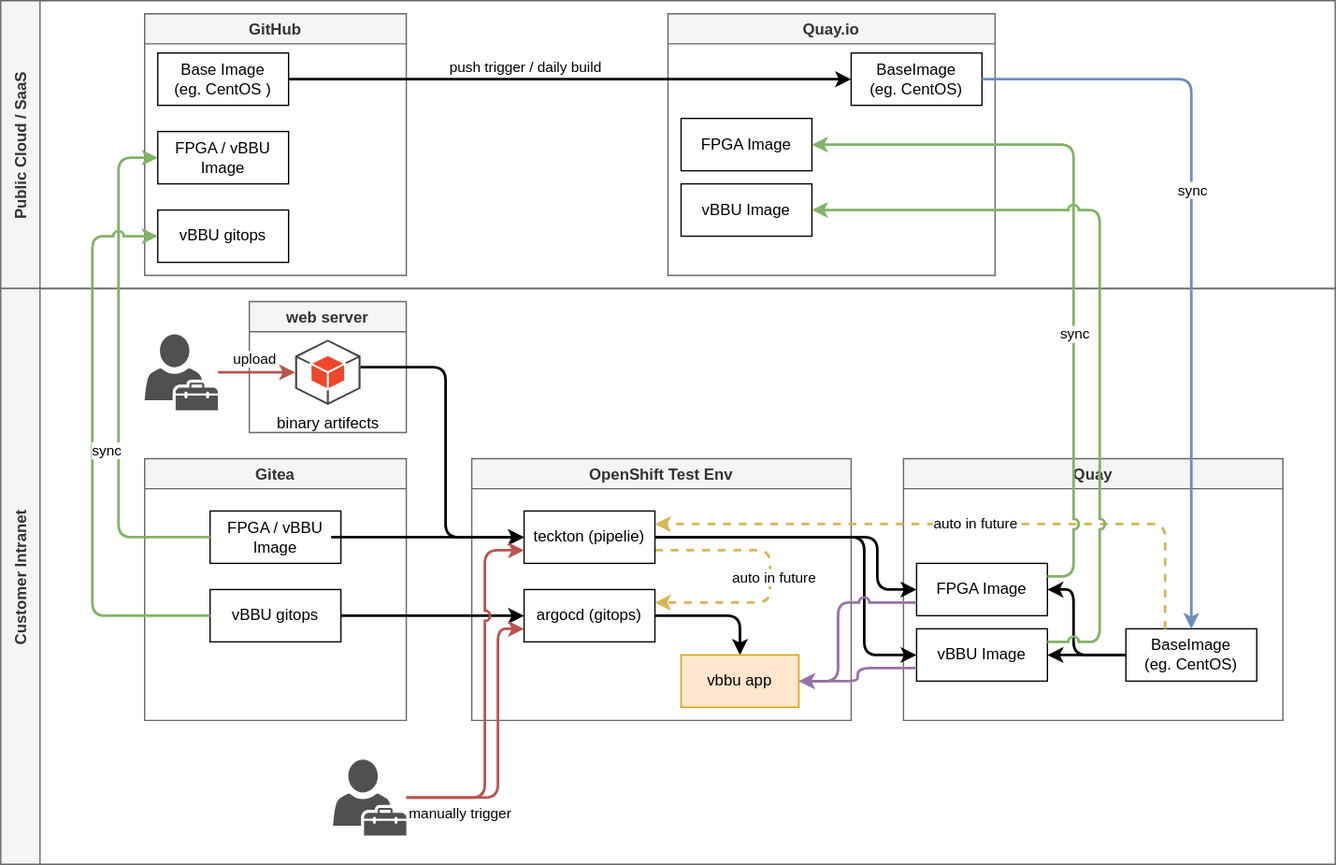
Above: redhat/ocp4/4.9/dia/4.9.ci.cd.design.drawio.svg in wangzheng422/docker_env (draw.io), before the change. Source tidied: cells renumbered, new cells last; positions are measured from the earlier drawing's top-left corner, leaving out a move shared by most shapes.
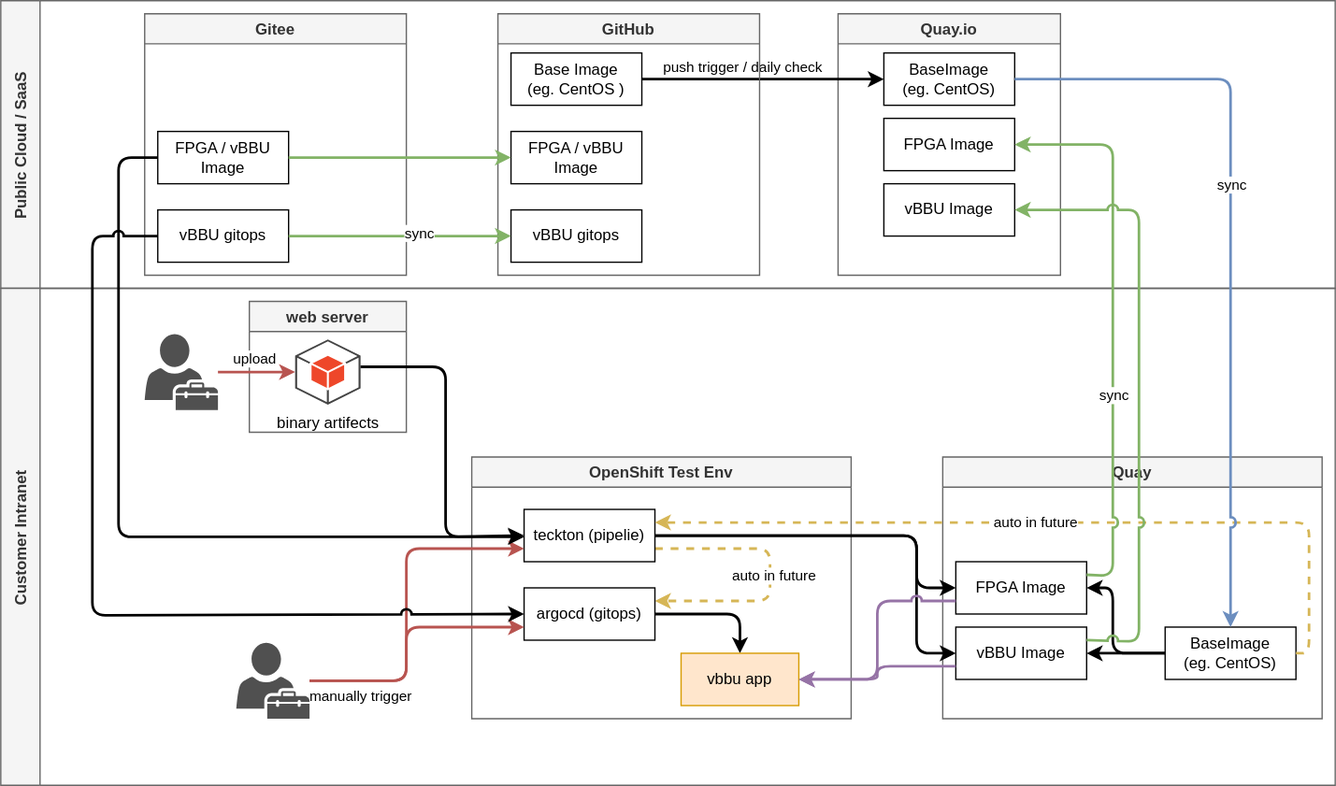
After the change.

Diff of the diagram source:
```diff
@@ -5,12 +5,9 @@
     <mxCell id="2" value="Public Cloud / SaaS" style="swimlane;horizontal=0;startSize=30;fillColor=#f5f5f5;fontColor=#333333;strokeColor=#666666;" parent="1" vertex="1">
       <mxGeometry width="1020" height="220" as="geometry" />
     </mxCell>
-    <mxCell id="3" value="GitHub" style="swimlane;fillColor=#f5f5f5;fontColor=#333333;strokeColor=#666666;" parent="2" vertex="1">
+    <mxCell id="3" value="Gitee" style="swimlane;fillColor=#f5f5f5;fontColor=#333333;strokeColor=#666666;" parent="2" vertex="1">
       <mxGeometry x="110" y="10" width="200" height="200" as="geometry" />
     </mxCell>
-    <mxCell id="4" value="Base Image &lt;br&gt;(eg. CentOS )" style="rounded=0;whiteSpace=wrap;html=1;" parent="3" vertex="1">
-      <mxGeometry x="10" y="30" width="100" height="40" as="geometry" />
-    </mxCell>
     <mxCell id="5" value="FPGA / vBBU Image" style="rounded=0;whiteSpace=wrap;html=1;" parent="3" vertex="1">
       <mxGeometry x="10" y="90" width="100" height="40" as="geometry" />
     </mxCell>
@@ -18,39 +15,64 @@
       <mxGeometry x="10" y="150" width="100" height="40" as="geometry" />
     </mxCell>
     <mxCell id="7" value="Quay.io" style="swimlane;fillColor=#f5f5f5;fontColor=#333333;strokeColor=#666666;" parent="2" vertex="1">
-      <mxGeometry x="510" y="10" width="250" height="200" as="geometry" />
+      <mxGeometry x="640" y="10" width="170" height="200" as="geometry" />
     </mxCell>
     <mxCell id="8" value="BaseImage &lt;br&gt;(eg. CentOS)" style="rounded=0;whiteSpace=wrap;html=1;" parent="7" vertex="1">
-      <mxGeometry x="140" y="30" width="100" height="40" as="geometry" />
+      <mxGeometry x="35" y="30" width="100" height="40" as="geometry" />
     </mxCell>
     <mxCell id="9" value="FPGA Image" style="rounded=0;whiteSpace=wrap;html=1;" parent="7" vertex="1">
-      <mxGeometry x="10" y="80" width="100" height="40" as="geometry" />
+      <mxGeometry x="35" y="80" width="100" height="40" as="geometry" />
     </mxCell>
     <mxCell id="10" value="vBBU Image" style="rounded=0;whiteSpace=wrap;html=1;" parent="7" vertex="1">
-      <mxGeometry x="10" y="130" width="100" height="40" as="geometry" />
+      <mxGeometry x="35" y="130" width="100" height="40" as="geometry" />
     </mxCell>
-    <mxCell id="11" style="edgeStyle=orthogonalEdgeStyle;rounded=1;jumpStyle=arc;html=1;entryX=0;entryY=0.5;entryDx=0;entryDy=0;strokeWidth=2;" parent="2" edge="1" source="4" target="8">
+    <mxCell id="11" style="edgeStyle=orthogonalEdgeStyle;rounded=1;jumpStyle=arc;html=1;entryX=0;entryY=0.5;entryDx=0;entryDy=0;strokeWidth=2;exitX=1;exitY=0.5;exitDx=0;exitDy=0;" parent="2" edge="1" source="4" target="8">
       <mxGeometry relative="1" as="geometry" />
     </mxCell>
-    <mxCell id="12" value="push trigger / daily&amp;nbsp;build" style="edgeLabel;html=1;align=center;verticalAlign=middle;" parent="11" vertex="1">
+    <mxCell id="12" value="push trigger / daily&amp;nbsp;check" style="edgeLabel;html=1;align=center;verticalAlign=middle;" parent="11" vertex="1">
       <mxGeometry x="-0.15" relative="1" as="geometry">
         <mxPoint x="-2" y="-10" as="offset" />
       </mxGeometry>
     </mxCell>
-    <mxCell id="13" value="Customer Intranet" style="swimlane;horizontal=0;startSize=30;fillColor=#f5f5f5;fontColor=#333333;strokeColor=#666666;" parent="1" vertex="1">
-      <mxGeometry y="220" width="1020" height="440" as="geometry" />
-    </mxCell>
-    <mxCell id="14" value="Gitea" style="swimlane;fillColor=#f5f5f5;fontColor=#333333;strokeColor=#666666;" parent="13" vertex="1">
-      <mxGeometry x="110" y="130" width="200" height="200" as="geometry" />
-    </mxCell>
+    <mxCell id="55" value="GitHub" style="swimlane;fillColor=#f5f5f5;fontColor=#333333;strokeColor=#666666;" parent="2" vertex="1">
+      <mxGeometry x="380" y="10" width="200" height="200" as="geometry" />
+    </mxCell>
+    <mxCell id="4" value="Base Image &lt;br&gt;(eg. CentOS )" style="rounded=0;whiteSpace=wrap;html=1;" parent="55" vertex="1">
+      <mxGeometry x="10" y="30" width="100" height="40" as="geometry" />
+    </mxCell>
-    <mxCell id="15" value="FPGA / vBBU Image" style="rounded=0;whiteSpace=wrap;html=1;" parent="14" vertex="1">
-      <mxGeometry x="50" y="40" width="100" height="40" as="geometry" />
+    <mxCell id="15" value="FPGA / vBBU Image" style="rounded=0;whiteSpace=wrap;html=1;" parent="55" vertex="1">
+      <mxGeometry x="10" y="90" width="100" height="40" as="geometry" />
     </mxCell>
-    <mxCell id="16" value="vBBU gitops" style="rounded=0;whiteSpace=wrap;html=1;" parent="14" vertex="1">
-      <mxGeometry x="50" y="100" width="100" height="40" as="geometry" />
+    <mxCell id="16" value="vBBU gitops" style="rounded=0;whiteSpace=wrap;html=1;" parent="55" vertex="1">
+      <mxGeometry x="10" y="150" width="100" height="40" as="geometry" />
     </mxCell>
+    <mxCell id="52" style="edgeStyle=orthogonalEdgeStyle;rounded=1;jumpStyle=arc;html=1;entryX=0;entryY=0.5;entryDx=0;entryDy=0;fillColor=#d5e8d4;strokeColor=#82b366;strokeWidth=2;" parent="2" edge="1" target="15">
+      <mxGeometry relative="1" as="geometry">
+        <mxPoint x="220" y="120" as="sourcePoint" />
+        <Array as="points">
+          <mxPoint x="250" y="120" />
+          <mxPoint x="250" y="120" />
+        </Array>
+      </mxGeometry>
+    </mxCell>
+    <mxCell id="53" style="edgeStyle=orthogonalEdgeStyle;html=1;entryX=0;entryY=0.5;entryDx=0;entryDy=0;strokeWidth=2;fillColor=#d5e8d4;strokeColor=#82b366;jumpStyle=arc;exitX=1;exitY=0.5;exitDx=0;exitDy=0;" parent="2" edge="1" source="6" target="16">
+      <mxGeometry relative="1" as="geometry">
+        <Array as="points">
+          <mxPoint x="290" y="180" />
+          <mxPoint x="290" y="180" />
+        </Array>
+      </mxGeometry>
+    </mxCell>
+    <mxCell id="54" value="sync" style="edgeLabel;html=1;align=center;verticalAlign=middle;" parent="53" vertex="1">
+      <mxGeometry x="0.01" y="3" relative="1" as="geometry">
+        <mxPoint x="13" as="offset" />
+      </mxGeometry>
+    </mxCell>
+    <mxCell id="13" value="Customer Intranet" style="swimlane;horizontal=0;startSize=30;fillColor=#f5f5f5;fontColor=#333333;strokeColor=#666666;" parent="1" vertex="1">
+      <mxGeometry y="220" width="1020" height="380" as="geometry" />
+    </mxCell>
     <mxCell id="17" value="Quay" style="swimlane;fillColor=#f5f5f5;fontColor=#333333;strokeColor=#666666;" parent="13" vertex="1">
-      <mxGeometry x="690" y="130" width="290" height="200" as="geometry" />
+      <mxGeometry x="720" y="129" width="290" height="200" as="geometry" />
     </mxCell>
     <mxCell id="18" style="edgeStyle=orthogonalEdgeStyle;rounded=1;jumpStyle=arc;html=1;entryX=1;entryY=0.5;entryDx=0;entryDy=0;strokeWidth=2;" parent="17" edge="1" source="20" target="22">
       <mxGeometry relative="1" as="geometry">
@@ -73,7 +95,7 @@
       <mxGeometry x="10" y="80" width="100" height="40" as="geometry" />
     </mxCell>
     <mxCell id="23" value="OpenShift Test Env" style="swimlane;fillColor=#f5f5f5;fontColor=#333333;strokeColor=#666666;" parent="13" vertex="1">
-      <mxGeometry x="360" y="130" width="290" height="200" as="geometry" />
+      <mxGeometry x="360" y="129" width="290" height="200" as="geometry" />
     </mxCell>
     <mxCell id="24" style="edgeStyle=orthogonalEdgeStyle;rounded=1;jumpStyle=arc;html=1;entryX=1;entryY=0.25;entryDx=0;entryDy=0;dashed=1;strokeWidth=2;fillColor=#fff2cc;strokeColor=#d6b656;" parent="23" edge="1" source="26" target="28">
       <mxGeometry relative="1" as="geometry">
@@ -100,40 +122,37 @@
     <mxCell id="29" value="vbbu app" style="rounded=0;whiteSpace=wrap;html=1;fillColor=#ffe6cc;strokeColor=#d79b00;" parent="23" vertex="1">
       <mxGeometry x="160" y="150" width="90" height="40" as="geometry" />
     </mxCell>
-    <mxCell id="30" style="html=1;anchorPointDirection=1;edgeStyle=orthogonalEdgeStyle;rounded=1;jumpStyle=arc;exitX=1;exitY=0.5;exitDx=0;exitDy=0;strokeWidth=2;" parent="13" edge="1" source="15" target="26">
-      <mxGeometry relative="1" as="geometry">
-        <Array as="points">
-          <mxPoint x="250" y="190" />
-          <mxPoint x="250" y="190" />
-        </Array>
-      </mxGeometry>
-    </mxCell>
     <mxCell id="31" style="edgeStyle=orthogonalEdgeStyle;rounded=1;jumpStyle=arc;html=1;entryX=0;entryY=0.5;entryDx=0;entryDy=0;strokeWidth=2;" parent="13" edge="1" source="26" target="22">
       <mxGeometry relative="1" as="geometry">
         <Array as="points">
-          <mxPoint x="670" y="190" />
-          <mxPoint x="670" y="230" />
+          <mxPoint x="700" y="189" />
+          <mxPoint x="700" y="229" />
         </Array>
       </mxGeometry>
     </mxCell>
     <mxCell id="32" style="edgeStyle=orthogonalEdgeStyle;rounded=1;jumpStyle=arc;html=1;entryX=0;entryY=0.5;entryDx=0;entryDy=0;strokeWidth=2;" parent="13" edge="1" source="26" target="21">
       <mxGeometry relative="1" as="geometry">
         <Array as="points">
-          <mxPoint x="660" y="190" />
-          <mxPoint x="660" y="280" />
+          <mxPoint x="700" y="189" />
+          <mxPoint x="700" y="279" />
         </Array>
       </mxGeometry>
     </mxCell>
     <mxCell id="33" style="edgeStyle=orthogonalEdgeStyle;rounded=1;jumpStyle=arc;html=1;exitX=0;exitY=0.75;exitDx=0;exitDy=0;entryX=1;entryY=0.5;entryDx=0;entryDy=0;fillColor=#e1d5e7;strokeColor=#9673a6;strokeWidth=2;" parent="13" edge="1" source="22" target="29">
       <mxGeometry relative="1" as="geometry">
         <Array as="points">
-          <mxPoint x="640" y="240" />
-          <mxPoint x="640" y="300" />
+          <mxPoint x="670" y="239" />
+          <mxPoint x="670" y="299" />
         </Array>
       </mxGeometry>
     </mxCell>
     <mxCell id="34" style="edgeStyle=orthogonalEdgeStyle;rounded=1;jumpStyle=arc;html=1;entryX=1;entryY=0.5;entryDx=0;entryDy=0;exitX=0;exitY=0.75;exitDx=0;exitDy=0;fillColor=#e1d5e7;strokeColor=#9673a6;strokeWidth=2;" parent="13" edge="1" source="21" target="29">
-      <mxGeometry relative="1" as="geometry" />
+      <mxGeometry relative="1" as="geometry">
+        <Array as="points">
+          <mxPoint x="670" y="289" />
+          <mxPoint x="670" y="299" />
+        </Array>
+      </mxGeometry>
     </mxCell>
     <mxCell id="35" value="web server" style="swimlane;fillColor=#f5f5f5;fontColor=#333333;strokeColor=#666666;" parent="13" vertex="1">
       <mxGeometry x="190" y="10" width="120" height="100" as="geometry" />
@@ -155,27 +174,19 @@
     <mxCell id="39" value="upload" style="edgeStyle=none;html=1;entryX=0;entryY=0.5;entryDx=0;entryDy=0;entryPerimeter=0;strokeWidth=2;fillColor=#f8cecc;strokeColor=#b85450;" parent="13" edge="1" source="38" target="36">
       <mxGeometry x="-0.06" y="10" relative="1" as="geometry" />
     </mxCell>
-    <mxCell id="40" style="edgeStyle=orthogonalEdgeStyle;rounded=1;jumpStyle=arc;html=1;entryX=0;entryY=0.5;entryDx=0;entryDy=0;strokeWidth=2;" parent="13" edge="1" source="16" target="28">
-      <mxGeometry x="-0.55" y="-10" relative="1" as="geometry">
-        <Array as="points">
-          <mxPoint x="280" y="250" />
-          <mxPoint x="280" y="250" />
-        </Array>
-      </mxGeometry>
-    </mxCell>
     <mxCell id="41" style="edgeStyle=orthogonalEdgeStyle;html=1;entryX=0;entryY=0.75;entryDx=0;entryDy=0;jumpStyle=arc;fillColor=#f8cecc;strokeColor=#b85450;strokeWidth=2;" parent="13" edge="1" source="44" target="26">
       <mxGeometry relative="1" as="geometry">
         <Array as="points">
-          <mxPoint x="370" y="389" />
-          <mxPoint x="370" y="200" />
+          <mxPoint x="310" y="300" />
+          <mxPoint x="310" y="199" />
         </Array>
       </mxGeometry>
     </mxCell>
     <mxCell id="42" style="edgeStyle=orthogonalEdgeStyle;jumpStyle=arc;html=1;entryX=0;entryY=0.75;entryDx=0;entryDy=0;fillColor=#f8cecc;strokeColor=#b85450;strokeWidth=2;" parent="13" edge="1" source="44" target="28">
       <mxGeometry relative="1" as="geometry">
         <Array as="points">
-          <mxPoint x="380" y="389" />
-          <mxPoint x="380" y="260" />
+          <mxPoint x="310" y="300" />
+          <mxPoint x="310" y="259" />
         </Array>
       </mxGeometry>
     </mxCell>
@@ -185,23 +196,27 @@
       </mxGeometry>
     </mxCell>
     <mxCell id="44" style="sketch=0;shadow=0;dashed=0;html=1;strokeColor=none;fillColor=#505050;labelPosition=center;verticalLabelPosition=bottom;verticalAlign=top;outlineConnect=0;align=center;shape=mxgraph.office.users.tenant_admin;" parent="13" vertex="1">
-      <mxGeometry x="254" y="360" width="56" height="58" as="geometry" />
+      <mxGeometry x="180" y="271" width="56" height="58" as="geometry" />
     </mxCell>
     <mxCell id="45" style="edgeStyle=orthogonalEdgeStyle;html=1;entryX=1;entryY=0.25;entryDx=0;entryDy=0;strokeWidth=2;fillColor=#fff2cc;strokeColor=#d6b656;dashed=1;" parent="13" edge="1" source="20" target="26">
       <mxGeometry relative="1" as="geometry">
         <Array as="points">
-          <mxPoint x="890" y="180" />
+          <mxPoint x="1000" y="279" />
+          <mxPoint x="1000" y="179" />
         </Array>
       </mxGeometry>
     </mxCell>
     <mxCell id="46" value="auto in future" style="edgeLabel;html=1;align=center;verticalAlign=middle;" parent="45" vertex="1">
-      <mxGeometry x="-0.04" y="-1" relative="1" as="geometry" />
+      <mxGeometry x="-0.04" y="-1" relative="1" as="geometry">
+        <mxPoint x="-27" as="offset" />
+      </mxGeometry>
     </mxCell>
     <mxCell id="47" style="edgeStyle=orthogonalEdgeStyle;rounded=1;jumpStyle=arc;html=1;entryX=1;entryY=0.5;entryDx=0;entryDy=0;exitX=1;exitY=0.25;exitDx=0;exitDy=0;fillColor=#d5e8d4;strokeColor=#82b366;strokeWidth=2;" parent="1" edge="1" source="22" target="9">
       <mxGeometry relative="1" as="geometry">
         <Array as="points">
-          <mxPoint x="820" y="440" />
-          <mxPoint x="820" y="110" />
+          <mxPoint x="830" y="440" />
+          <mxPoint x="850" y="440" />
+          <mxPoint x="850" y="110" />
         </Array>
       </mxGeometry>
     </mxCell>
@@ -211,8 +226,9 @@
     <mxCell id="49" style="edgeStyle=orthogonalEdgeStyle;rounded=1;jumpStyle=arc;html=1;entryX=1;entryY=0.5;entryDx=0;entryDy=0;exitX=1;exitY=0.25;exitDx=0;exitDy=0;fillColor=#d5e8d4;strokeColor=#82b366;strokeWidth=2;" parent="1" edge="1" source="21" target="10">
       <mxGeometry relative="1" as="geometry">
         <Array as="points">
-          <mxPoint x="840" y="490" />
-          <mxPoint x="840" y="160" />
+          <mxPoint x="830" y="490" />
+          <mxPoint x="870" y="490" />
+          <mxPoint x="870" y="160" />
         </Array>
       </mxGeometry>
     </mxCell>
@@ -224,26 +240,21 @@
         <mxPoint x="2" y="23" as="offset" />
       </mxGeometry>
     </mxCell>
-    <mxCell id="52" style="edgeStyle=orthogonalEdgeStyle;rounded=1;jumpStyle=arc;html=1;entryX=0;entryY=0.5;entryDx=0;entryDy=0;exitX=0;exitY=0.5;exitDx=0;exitDy=0;fillColor=#d5e8d4;strokeColor=#82b366;strokeWidth=2;" parent="1" edge="1" source="15" target="5">
-      <mxGeometry relative="1" as="geometry">
-        <Array as="points">
-          <mxPoint x="90" y="410" />
-          <mxPoint x="90" y="120" />
-        </Array>
-      </mxGeometry>
-    </mxCell>
-    <mxCell id="53" style="edgeStyle=orthogonalEdgeStyle;html=1;entryX=0;entryY=0.5;entryDx=0;entryDy=0;strokeWidth=2;fillColor=#d5e8d4;strokeColor=#82b366;jumpStyle=arc;" parent="1" edge="1" source="16" target="6">
-      <mxGeometry relative="1" as="geometry">
-        <Array as="points">
-          <mxPoint x="70" y="470" />
-          <mxPoint x="70" y="180" />
-        </Array>
-      </mxGeometry>
-    </mxCell>
-    <mxCell id="54" value="sync" style="edgeLabel;html=1;align=center;verticalAlign=middle;" parent="53" vertex="1">
-      <mxGeometry x="0.01" y="3" relative="1" as="geometry">
-        <mxPoint x="13" as="offset" />
-      </mxGeometry>
-    </mxCell>
+    <mxCell id="30" style="html=1;anchorPointDirection=1;edgeStyle=orthogonalEdgeStyle;rounded=1;jumpStyle=arc;exitX=0;exitY=0.5;exitDx=0;exitDy=0;strokeWidth=2;" parent="1" edge="1" source="5" target="26">
+      <mxGeometry relative="1" as="geometry">
+        <Array as="points">
+          <mxPoint x="90" y="120" />
+          <mxPoint x="90" y="410" />
+        </Array>
+      </mxGeometry>
+    </mxCell>
+    <mxCell id="40" style="edgeStyle=orthogonalEdgeStyle;rounded=1;jumpStyle=arc;html=1;entryX=0;entryY=0.5;entryDx=0;entryDy=0;strokeWidth=2;exitX=0;exitY=0.5;exitDx=0;exitDy=0;" parent="1" edge="1" source="6" target="28">
+      <mxGeometry x="-0.55" y="-10" relative="1" as="geometry">
+        <Array as="points">
+          <mxPoint x="70" y="180" />
+          <mxPoint x="70" y="470" />
+        </Array>
+      </mxGeometry>
+    </mxCell>
   </root>
 </mxGraphModel>
```
